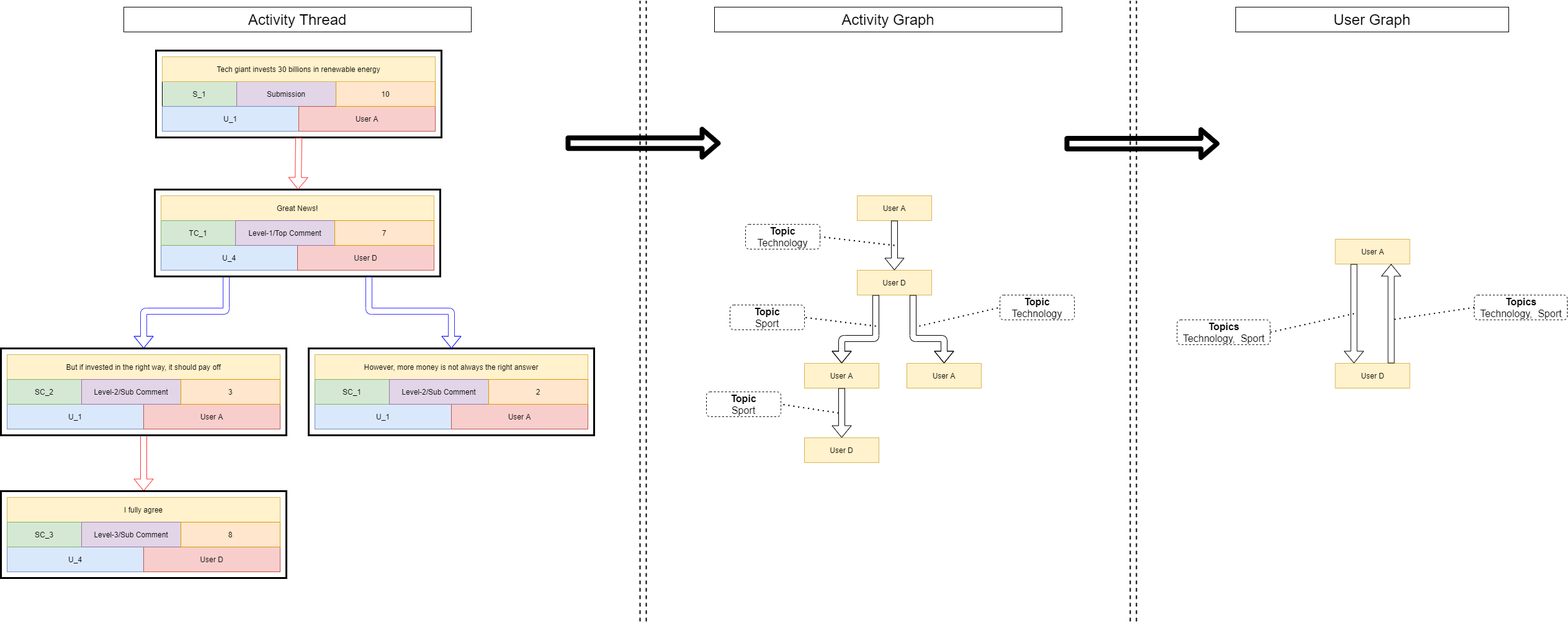
The draw.io diagram docs/figures/figures/one_submission_example_detecting_topics/Full_Flow_one_submission.png in MohammedGuniem/social-media-influence-analyzer, before a commit. Source tidied: cells renumbered, new cells last; positions are measured from the earlier drawing's top-left corner, leaving out a move shared by most shapes.
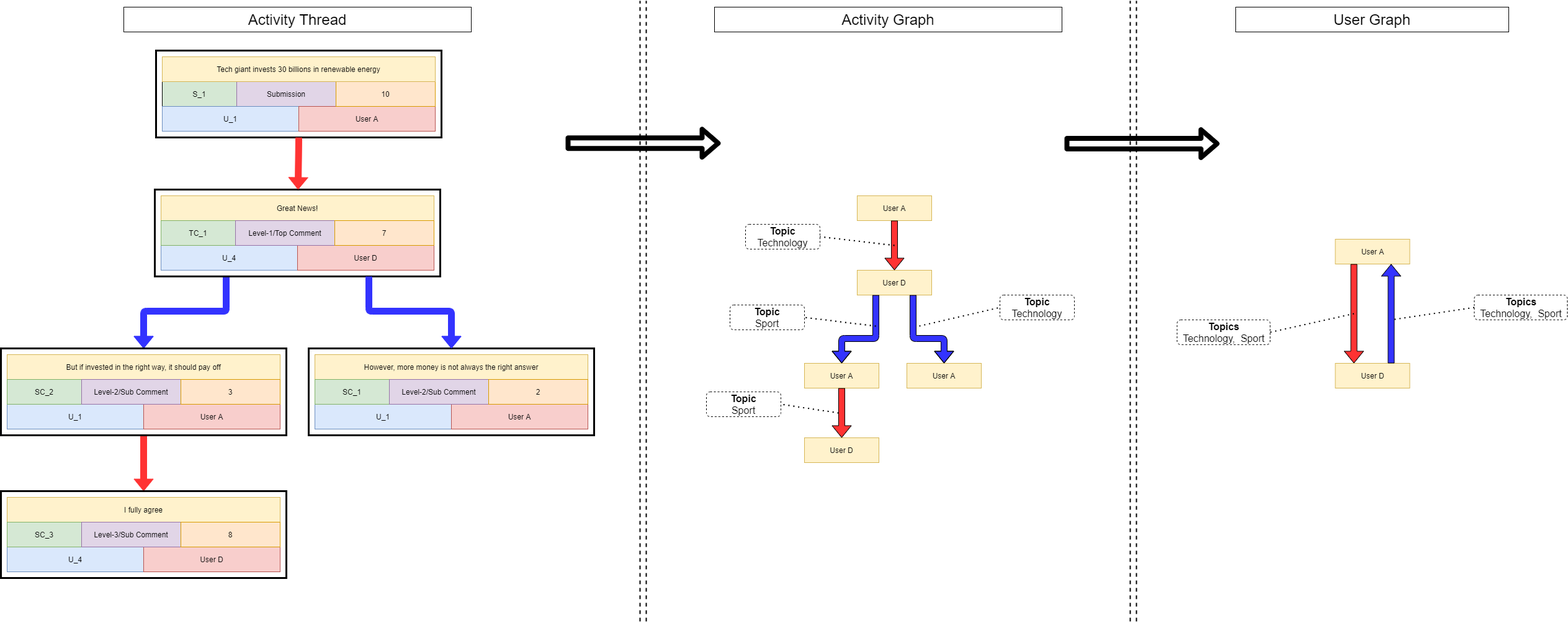
The same file after the commit.

Change to the diagram source:
```diff
@@ -128,10 +128,10 @@
     <mxCell id="37" value="&lt;font style=&quot;font-size: 24px&quot;&gt;Activity Thread&lt;/font&gt;" style="text;html=1;fillColor=none;align=center;verticalAlign=middle;whiteSpace=wrap;rounded=0;strokeColor=#000000;" parent="1" vertex="1">
       <mxGeometry x="198" y="10" width="560" height="40" as="geometry" />
     </mxCell>
-    <mxCell id="38" style="shape=flexArrow;endArrow=classic;html=1;exitX=0.5;exitY=1;exitDx=0;exitDy=0;entryX=0.5;entryY=0;entryDx=0;entryDy=0;strokeColor=#FF3333;" parent="1" edge="1" source="43" target="44">
+    <mxCell id="38" style="shape=flexArrow;endArrow=classic;html=1;exitX=0.5;exitY=1;exitDx=0;exitDy=0;entryX=0.5;entryY=0;entryDx=0;entryDy=0;strokeColor=#FF3333;fillColor=#FF3333;" parent="1" edge="1" source="43" target="44">
       <mxGeometry relative="1" as="geometry" />
     </mxCell>
-    <mxCell id="39" style="shape=flexArrow;endArrow=classic;html=1;entryX=0.5;entryY=0;entryDx=0;entryDy=0;exitX=0.25;exitY=1;exitDx=0;exitDy=0;strokeColor=#3333FF;" parent="1" edge="1" source="42" target="43">
+    <mxCell id="39" style="shape=flexArrow;endArrow=classic;html=1;entryX=0.5;entryY=0;entryDx=0;entryDy=0;exitX=0.25;exitY=1;exitDx=0;exitDy=0;strokeColor=#3333FF;fillColor=#3333FF;" parent="1" edge="1" source="42" target="43">
       <mxGeometry relative="1" as="geometry">
         <Array as="points">
           <mxPoint x="363" y="500" />
@@ -157,10 +157,10 @@
     <mxCell id="45" value="Tech giant invests 30 billions in renewable energy" style="rounded=0;whiteSpace=wrap;html=1;fillColor=#fff2cc;strokeColor=#d6b656;" parent="1" vertex="1">
       <mxGeometry x="260" y="90" width="440" height="40" as="geometry" />
     </mxCell>
-    <mxCell id="46" style="shape=flexArrow;endArrow=classic;html=1;exitX=0.5;exitY=1;exitDx=0;exitDy=0;strokeColor=#FF3333;" parent="1" edge="1" source="40" target="42">
+    <mxCell id="46" style="shape=flexArrow;endArrow=classic;html=1;exitX=0.5;exitY=1;exitDx=0;exitDy=0;strokeColor=#FF3333;fillColor=#FF3333;" parent="1" edge="1" source="40" target="42">
       <mxGeometry relative="1" as="geometry" />
     </mxCell>
-    <mxCell id="47" style="shape=flexArrow;endArrow=classic;html=1;exitX=0.75;exitY=1;exitDx=0;exitDy=0;entryX=0.5;entryY=0;entryDx=0;entryDy=0;strokeColor=#3333FF;" parent="1" edge="1" source="42" target="41">
+    <mxCell id="47" style="shape=flexArrow;endArrow=classic;html=1;exitX=0.75;exitY=1;exitDx=0;exitDy=0;entryX=0.5;entryY=0;entryDx=0;entryDy=0;strokeColor=#3333FF;fillColor=#3333FF;" parent="1" edge="1" source="42" target="41">
       <mxGeometry relative="1" as="geometry">
         <Array as="points">
           <mxPoint x="593" y="500" />
@@ -189,10 +189,10 @@
     <mxCell id="54" value="User D" style="rounded=0;whiteSpace=wrap;html=1;fillColor=#fff2cc;strokeColor=#d6b656;" parent="1" vertex="1">
       <mxGeometry x="1295" y="704" width="120" height="40" as="geometry" />
     </mxCell>
-    <mxCell id="55" style="shape=flexArrow;endArrow=classic;html=1;exitX=0.5;exitY=1;exitDx=0;exitDy=0;entryX=0.5;entryY=0;entryDx=0;entryDy=0;" parent="1" edge="1" source="50" target="51">
+    <mxCell id="55" style="shape=flexArrow;endArrow=classic;html=1;exitX=0.5;exitY=1;exitDx=0;exitDy=0;entryX=0.5;entryY=0;entryDx=0;entryDy=0;fillColor=#FF3333;" parent="1" edge="1" source="50" target="51">
       <mxGeometry relative="1" as="geometry" />
     </mxCell>
-    <mxCell id="56" style="shape=flexArrow;endArrow=classic;html=1;exitX=0.25;exitY=1;exitDx=0;exitDy=0;entryX=0.5;entryY=0;entryDx=0;entryDy=0;" parent="1" edge="1" source="51" target="53">
+    <mxCell id="56" style="shape=flexArrow;endArrow=classic;html=1;exitX=0.25;exitY=1;exitDx=0;exitDy=0;entryX=0.5;entryY=0;entryDx=0;entryDy=0;fillColor=#3333FF;" parent="1" edge="1" source="51" target="53">
       <mxGeometry relative="1" as="geometry">
         <Array as="points">
           <mxPoint x="1410" y="544" />
@@ -200,7 +200,7 @@
         </Array>
       </mxGeometry>
     </mxCell>
-    <mxCell id="57" style="shape=flexArrow;endArrow=classic;html=1;exitX=0.75;exitY=1;exitDx=0;exitDy=0;entryX=0.5;entryY=0;entryDx=0;entryDy=0;" parent="1" edge="1" source="51" target="52">
+    <mxCell id="57" style="shape=flexArrow;endArrow=classic;html=1;exitX=0.75;exitY=1;exitDx=0;exitDy=0;entryX=0.5;entryY=0;entryDx=0;entryDy=0;fillColor=#3333FF;" parent="1" edge="1" source="51" target="52">
       <mxGeometry relative="1" as="geometry">
         <Array as="points">
           <mxPoint x="1470" y="544" />
@@ -208,7 +208,7 @@
         </Array>
       </mxGeometry>
     </mxCell>
-    <mxCell id="58" style="shape=flexArrow;endArrow=classic;html=1;exitX=0.5;exitY=1;exitDx=0;exitDy=0;entryX=0.5;entryY=0;entryDx=0;entryDy=0;" parent="1" edge="1" source="53" target="54">
+    <mxCell id="58" style="shape=flexArrow;endArrow=classic;html=1;exitX=0.5;exitY=1;exitDx=0;exitDy=0;entryX=0.5;entryY=0;entryDx=0;entryDy=0;fillColor=#FF3333;" parent="1" edge="1" source="53" target="54">
       <mxGeometry relative="1" as="geometry" />
     </mxCell>
     <mxCell id="59" value="&lt;b style=&quot;font-size: 16px;&quot;&gt;Topic&lt;/b&gt;&lt;br style=&quot;font-size: 16px;&quot;&gt;Technology" style="rounded=1;whiteSpace=wrap;html=1;dashed=1;fontSize=16;" parent="1" vertex="1">
@@ -246,7 +246,7 @@
     <mxCell id="67" value="User A" style="rounded=0;whiteSpace=wrap;html=1;fillColor=#fff2cc;strokeColor=#d6b656;" parent="1" vertex="1">
       <mxGeometry x="2150.5" y="384" width="120" height="40" as="geometry" />
     </mxCell>
-    <mxCell id="68" style="shape=flexArrow;endArrow=classic;html=1;entryX=0.25;entryY=0;entryDx=0;entryDy=0;" parent="1" edge="1" target="69">
+    <mxCell id="68" style="shape=flexArrow;endArrow=classic;html=1;entryX=0.25;entryY=0;entryDx=0;entryDy=0;fillColor=#FF3333;" parent="1" edge="1" target="69">
       <mxGeometry relative="1" as="geometry">
         <mxPoint x="2180.5" y="424" as="sourcePoint" />
       </mxGeometry>
@@ -254,7 +254,7 @@
     <mxCell id="69" value="User D" style="rounded=0;whiteSpace=wrap;html=1;fillColor=#fff2cc;strokeColor=#d6b656;" parent="1" vertex="1">
       <mxGeometry x="2150.5" y="584" width="120" height="40" as="geometry" />
     </mxCell>
-    <mxCell id="70" style="shape=flexArrow;endArrow=classic;html=1;exitX=0.75;exitY=0;exitDx=0;exitDy=0;entryX=0.75;entryY=1;entryDx=0;entryDy=0;" parent="1" edge="1" source="69" target="67">
+    <mxCell id="70" style="shape=flexArrow;endArrow=classic;html=1;exitX=0.75;exitY=0;exitDx=0;exitDy=0;entryX=0.75;entryY=1;entryDx=0;entryDy=0;fillColor=#3333FF;" parent="1" edge="1" source="69" target="67">
       <mxGeometry relative="1" as="geometry" />
     </mxCell>
     <mxCell id="71" value="&lt;b style=&quot;font-size: 16px&quot;&gt;Topics&lt;/b&gt;&lt;br style=&quot;font-size: 16px&quot;&gt;Technology,&amp;nbsp; Sport" style="rounded=1;whiteSpace=wrap;html=1;dashed=1;fontSize=16;" parent="1" vertex="1">
```
